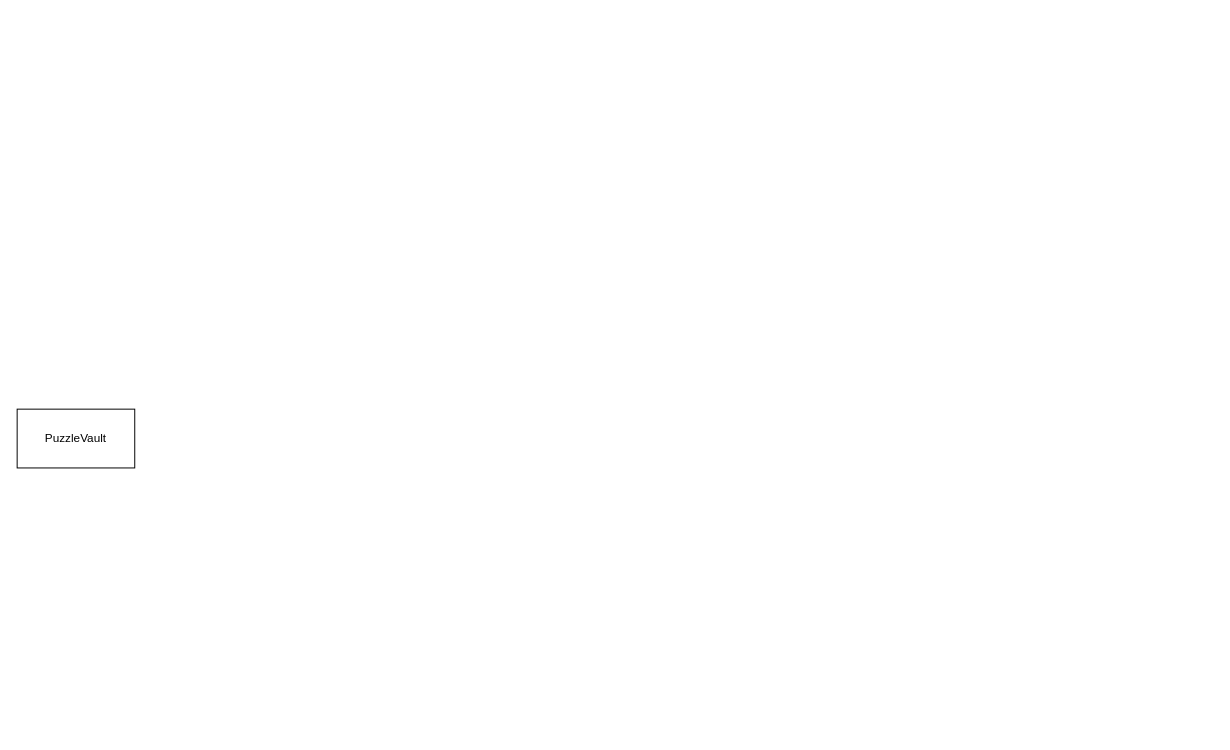
Earlier version of the draw.io diagram PuzzleVault.drawio (linhai0212/uml-idea). Source tidied: cells renumbered, new cells numbered last; positions are measured from the earlier drawing's top-left corner, leaving out a move shared by most shapes. Both pictures are drawn from the tidied source at 98%, with x=0, y=0 at pixel (17, 409).
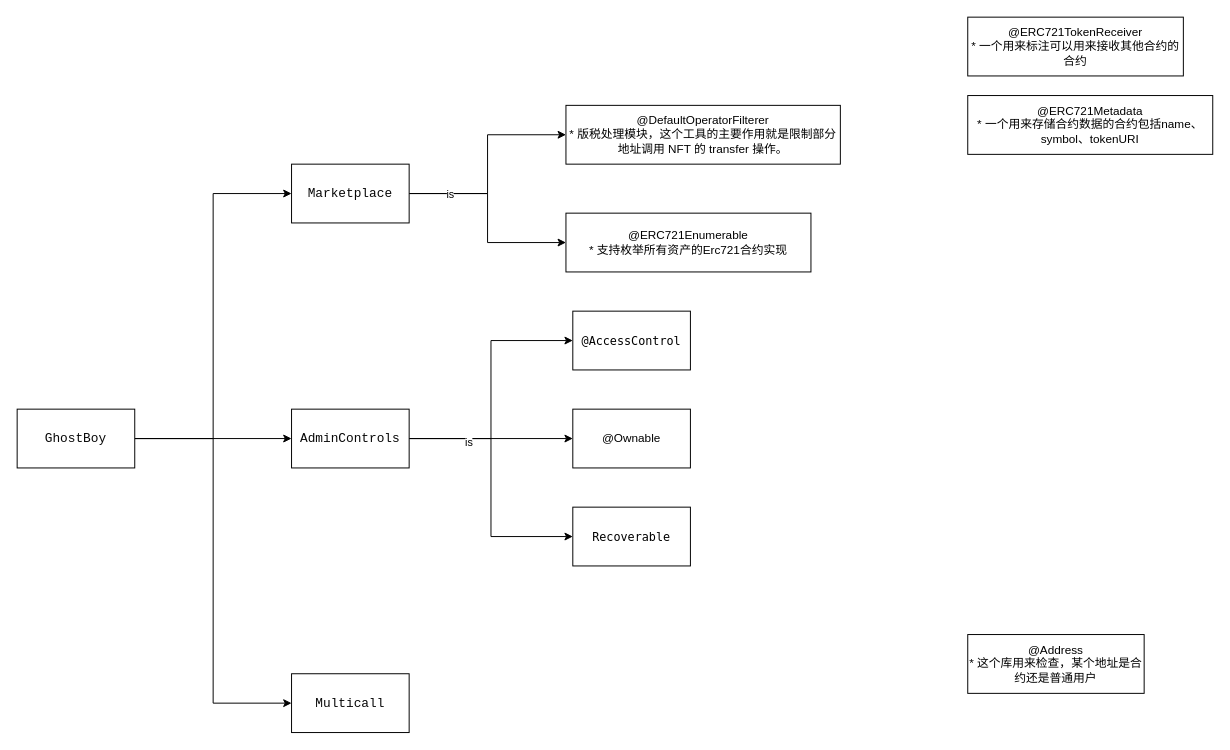
The same page after the edit.

Diff of the diagram source:
```diff
@@
+    <mxCell id="3" style="edgeStyle=orthogonalEdgeStyle;rounded=0;jettySize=auto;html=1;entryX=0;entryY=0.5;entryDx=0;entryDy=0;" parent="1" edge="1" source="2" target="9">
+      <mxGeometry relative="1" as="geometry">
+        <Array as="points">
+          <mxPoint x="200" y="30" />
+          <mxPoint x="200" y="-220" />
+        </Array>
+      </mxGeometry>
+    </mxCell>
+    <mxCell id="4" style="edgeStyle=orthogonalEdgeStyle;rounded=0;jettySize=auto;html=1;" parent="1" edge="1" source="2" target="14">
+      <mxGeometry relative="1" as="geometry" />
+    </mxCell>
+    <mxCell id="5" style="edgeStyle=orthogonalEdgeStyle;rounded=0;jettySize=auto;html=1;entryX=0;entryY=0.5;entryDx=0;entryDy=0;" parent="1" edge="1" source="2" target="15">
+      <mxGeometry relative="1" as="geometry" />
+    </mxCell>
-    <mxCell id="2" value="PuzzleVault" style="rounded=0;whiteSpace=wrap;html=1;" parent="1" vertex="1">
+    <mxCell id="2" value="&lt;pre style=&quot;background-color:#ffffff;color:#080808;font-family:'JetBrains Mono',monospace;font-size:9.8pt;&quot;&gt;GhostBoy&lt;/pre&gt;" style="rounded=0;whiteSpace=wrap;html=1;" parent="1" vertex="1">
       <mxGeometry width="120" height="60" as="geometry" />
     </mxCell>
+    <mxCell id="6" style="edgeStyle=orthogonalEdgeStyle;rounded=0;jettySize=auto;html=1;entryX=0;entryY=0.5;entryDx=0;entryDy=0;" parent="1" edge="1" source="9" target="16">
+      <mxGeometry relative="1" as="geometry" />
+    </mxCell>
+    <mxCell id="7" style="edgeStyle=orthogonalEdgeStyle;rounded=0;jettySize=auto;html=1;entryX=0;entryY=0.5;entryDx=0;entryDy=0;" parent="1" edge="1" source="9" target="17">
+      <mxGeometry relative="1" as="geometry" />
+    </mxCell>
+    <mxCell id="8" value="is" style="edgeLabel;html=1;align=center;verticalAlign=middle;" parent="7" vertex="1">
+      <mxGeometry x="-0.61" relative="1" as="geometry" />
+    </mxCell>
+    <mxCell id="9" value="&lt;pre style=&quot;background-color:#ffffff;color:#080808;font-family:'JetBrains Mono',monospace;font-size:9.8pt;&quot;&gt;Marketplace&lt;/pre&gt;" style="rounded=0;whiteSpace=wrap;html=1;" parent="1" vertex="1">
+      <mxGeometry x="280" y="-250" width="120" height="60" as="geometry" />
+    </mxCell>
+    <mxCell id="10" style="edgeStyle=orthogonalEdgeStyle;rounded=0;jettySize=auto;html=1;entryX=0;entryY=0.5;entryDx=0;entryDy=0;" parent="1" edge="1" source="14" target="22">
+      <mxGeometry relative="1" as="geometry" />
+    </mxCell>
+    <mxCell id="11" style="edgeStyle=orthogonalEdgeStyle;rounded=0;jettySize=auto;html=1;entryX=0;entryY=0.5;entryDx=0;entryDy=0;" parent="1" edge="1" source="14" target="23">
+      <mxGeometry relative="1" as="geometry" />
+    </mxCell>
+    <mxCell id="12" style="edgeStyle=orthogonalEdgeStyle;rounded=0;jettySize=auto;html=1;entryX=0;entryY=0.5;entryDx=0;entryDy=0;" parent="1" edge="1" source="14" target="21">
+      <mxGeometry relative="1" as="geometry" />
+    </mxCell>
+    <mxCell id="13" value="is" style="edgeLabel;html=1;align=center;verticalAlign=middle;" parent="12" vertex="1">
+      <mxGeometry x="-0.55" y="-3" relative="1" as="geometry" />
+    </mxCell>
+    <mxCell id="14" value="&lt;pre style=&quot;background-color:#ffffff;color:#080808;font-family:'JetBrains Mono',monospace;font-size:9.8pt;&quot;&gt;AdminControls&lt;/pre&gt;" style="rounded=0;whiteSpace=wrap;html=1;" parent="1" vertex="1">
+      <mxGeometry x="280" width="120" height="60" as="geometry" />
+    </mxCell>
+    <mxCell id="15" value="&lt;pre style=&quot;background-color:#ffffff;color:#080808;font-family:'JetBrains Mono',monospace;font-size:9.8pt;&quot;&gt;Multicall&lt;/pre&gt;" style="rounded=0;whiteSpace=wrap;html=1;" parent="1" vertex="1">
+      <mxGeometry x="280" y="270" width="120" height="60" as="geometry" />
+    </mxCell>
+    <mxCell id="16" value="@DefaultOperatorFilterer&lt;br&gt;* 版税处理模块，这个工具的主要作用就是限制部分地址调用 NFT 的 transfer 操作。" style="rounded=0;whiteSpace=wrap;html=1;" parent="1" vertex="1">
+      <mxGeometry x="560" y="-310" width="280" height="60" as="geometry" />
+    </mxCell>
+    <mxCell id="17" value="@ERC721Enumerable&lt;br&gt;* 支持枚举所有资产的Erc721合约实现" style="rounded=0;whiteSpace=wrap;html=1;" parent="1" vertex="1">
+      <mxGeometry x="560" y="-200" width="250" height="60" as="geometry" />
+    </mxCell>
+    <mxCell id="18" value="@Address&lt;br&gt;* 这个库用来检查，某个地址是合约还是普通用户" style="rounded=0;whiteSpace=wrap;html=1;" parent="1" vertex="1">
+      <mxGeometry x="970" y="230" width="180" height="60" as="geometry" />
+    </mxCell>
+    <mxCell id="19" value="@ERC721TokenReceiver&lt;br&gt;* 一个用来标注可以用来接收其他合约的合约" style="rounded=0;whiteSpace=wrap;html=1;" parent="1" vertex="1">
+      <mxGeometry x="970" y="-400" width="220" height="60" as="geometry" />
+    </mxCell>
+    <mxCell id="20" value="@ERC721Metadata&lt;br&gt;* 一个用来存储合约数据的合约包括name、symbol、tokenURI" style="rounded=0;whiteSpace=wrap;html=1;" parent="1" vertex="1">
+      <mxGeometry x="970" y="-320" width="250" height="60" as="geometry" />
+    </mxCell>
+    <mxCell id="21" value="&lt;div style=&quot;background-color: rgb(255, 255, 255); font-family: Menlo, Monaco, &amp;quot;Courier New&amp;quot;, monospace; line-height: 18px;&quot;&gt;Recoverable&lt;/div&gt;" style="rounded=0;whiteSpace=wrap;html=1;" parent="1" vertex="1">
+      <mxGeometry x="567" y="100" width="120" height="60" as="geometry" />
+    </mxCell>
+    <mxCell id="22" value="&lt;div style=&quot;background-color: rgb(255, 255, 255); font-family: Menlo, Monaco, &amp;quot;Courier New&amp;quot;, monospace; line-height: 18px;&quot;&gt;@AccessControl&lt;/div&gt;" style="rounded=0;whiteSpace=wrap;html=1;" parent="1" vertex="1">
+      <mxGeometry x="567" y="-100" width="120" height="60" as="geometry" />
+    </mxCell>
+    <mxCell id="23" value="@Ownable" style="rounded=0;whiteSpace=wrap;html=1;" parent="1" vertex="1">
+      <mxGeometry x="567" width="120" height="60" as="geometry" />
+    </mxCell>
```
